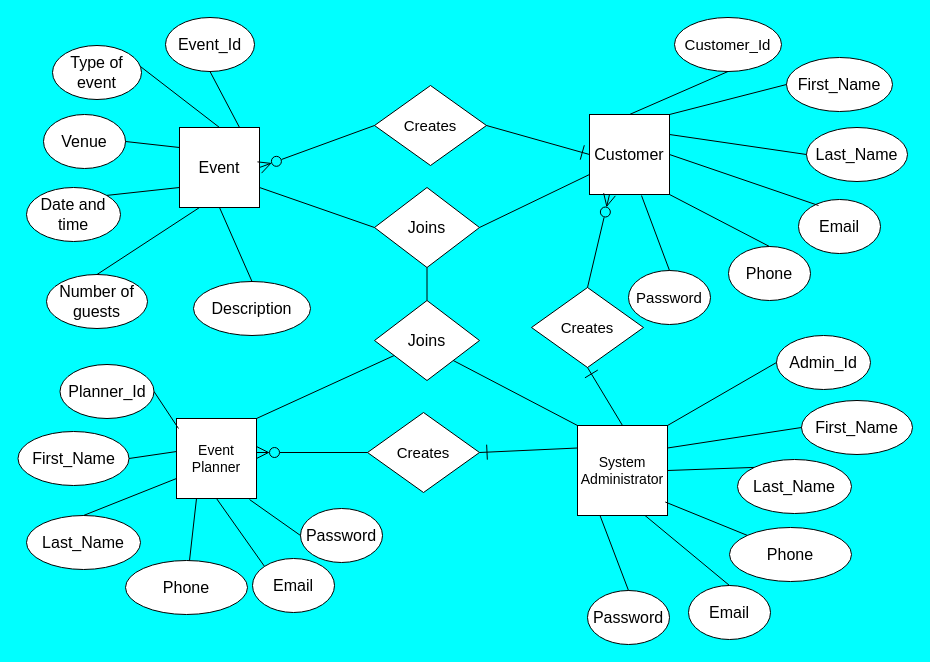
Before: page "Page-9" (9 of 9) of Untitled Diagram.drawio in Thuo001/ISProposal, a draw.io diagram. Source tidied: cells renumbered, new cells numbered last; positions are measured from the earlier drawing's top-left corner, leaving out a move shared by most shapes. Both pictures are drawn from the tidied source at 100%, with x=0, y=0 at pixel (18, 17).
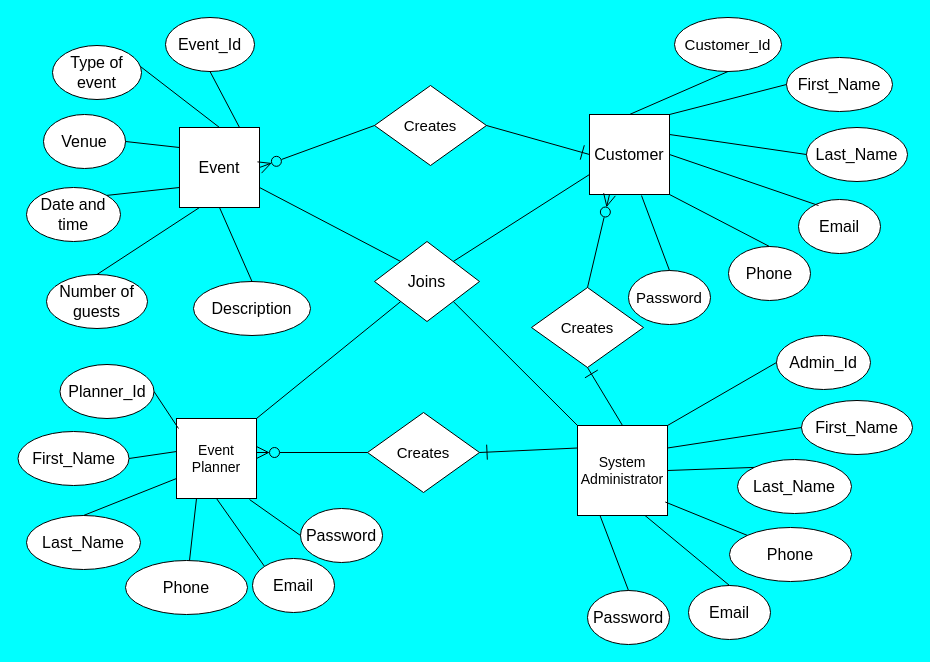
Above is the later version.

The change refers to these unchanged cells:
```xml
<mxCell id="2" value="&lt;font style=&quot;font-size: 16px;&quot;&gt;Customer&lt;/font&gt;" style="whiteSpace=wrap;html=1;" parent="1" vertex="1">
  <mxGeometry x="571" y="97" width="80" height="80" as="geometry" />
</mxCell>
<mxCell id="10" value="&lt;font style=&quot;font-size: 16px;&quot;&gt;Event&lt;/font&gt;" style="whiteSpace=wrap;html=1;" parent="1" vertex="1">
  <mxGeometry x="161" y="110" width="80" height="80" as="geometry" />
</mxCell>
<mxCell id="44" value="&lt;font style=&quot;font-size: 14px;&quot;&gt;Event Planner&lt;/font&gt;" style="whiteSpace=wrap;html=1;" parent="1" vertex="1">
  <mxGeometry x="158" y="401" width="80" height="80" as="geometry" />
</mxCell>
```

The edit, as a diff of the source:
```diff
@@
-    <mxCell id="60" value="&lt;font style=&quot;font-size: 16px;&quot;&gt;Joins&lt;/font&gt;" style="rhombus;whiteSpace=wrap;html=1;" parent="1" vertex="1">
-      <mxGeometry x="356" y="283" width="105" height="80" as="geometry" />
-    </mxCell>
     <mxCell id="61" value="&lt;font style=&quot;font-size: 16px;&quot;&gt;Joins&lt;/font&gt;" style="rhombus;whiteSpace=wrap;html=1;" parent="1" vertex="1">
-      <mxGeometry x="356" y="170" width="105" height="80" as="geometry" />
+      <mxGeometry x="356" y="224" width="105" height="80" as="geometry" />
     </mxCell>
@@
-    <mxCell id="65" style="endArrow=none;html=1;rounded=0;exitX=1;exitY=0;exitDx=0;exitDy=0;" parent="1" edge="1" source="44" target="60">
+    <mxCell id="65" style="endArrow=none;html=1;rounded=0;exitX=1;exitY=0;exitDx=0;exitDy=0;entryX=0;entryY=1;entryDx=0;entryDy=0;" parent="1" edge="1" source="44" target="61">
       <mxGeometry relative="1" as="geometry" />
     </mxCell>
-    <mxCell id="66" style="endArrow=none;html=1;rounded=0;entryX=1;entryY=1;entryDx=0;entryDy=0;" parent="1" edge="1" target="60">
+    <mxCell id="66" style="endArrow=none;html=1;rounded=0;entryX=1;entryY=1;entryDx=0;entryDy=0;" parent="1" edge="1" target="61">
       <mxGeometry relative="1" as="geometry">
         <mxPoint x="559" y="408" as="sourcePoint" />
       </mxGeometry>
     </mxCell>
-    <mxCell id="67" style="endArrow=none;html=1;rounded=0;entryX=0.5;entryY=1;entryDx=0;entryDy=0;" parent="1" edge="1" source="60" target="61">
-      <mxGeometry relative="1" as="geometry" />
-    </mxCell>
-    <mxCell id="68" style="endArrow=none;html=1;rounded=0;entryX=1;entryY=0.5;entryDx=0;entryDy=0;exitX=0;exitY=0.75;exitDx=0;exitDy=0;" parent="1" edge="1" source="2" target="61">
+    <mxCell id="68" style="endArrow=none;html=1;rounded=0;entryX=1;entryY=0;entryDx=0;entryDy=0;exitX=0;exitY=0.75;exitDx=0;exitDy=0;" parent="1" edge="1" source="2" target="61">
       <mxGeometry relative="1" as="geometry" />
     </mxCell>
-    <mxCell id="69" style="endArrow=none;html=1;rounded=0;entryX=1;entryY=0.75;entryDx=0;entryDy=0;exitX=0;exitY=0.5;exitDx=0;exitDy=0;" parent="1" edge="1" source="61" target="10">
+    <mxCell id="69" style="endArrow=none;html=1;rounded=0;entryX=1;entryY=0.75;entryDx=0;entryDy=0;exitX=0;exitY=0;exitDx=0;exitDy=0;" parent="1" edge="1" source="61" target="10">
       <mxGeometry relative="1" as="geometry" />
     </mxCell>
```
